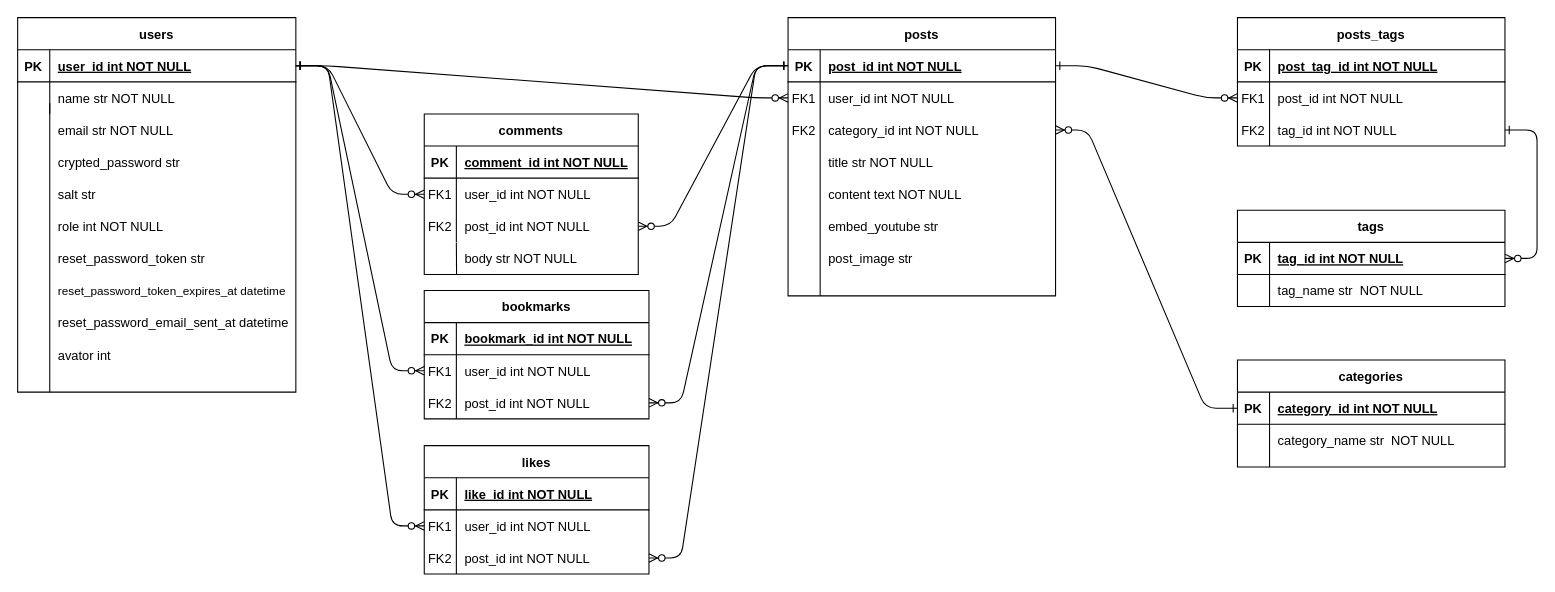
Toshiki003/Dressing-for-2-years-old-child keeps this draw.io diagram as 名称未設定ファイル.drawio. Above is the earlier version. Source tidied: cells renumbered, new cells numbered last; positions are measured from the earlier drawing's top-left corner, leaving out a move shared by most shapes. Both pictures are drawn from the tidied source at 107%, with x=0, y=0 at pixel (17, 17).
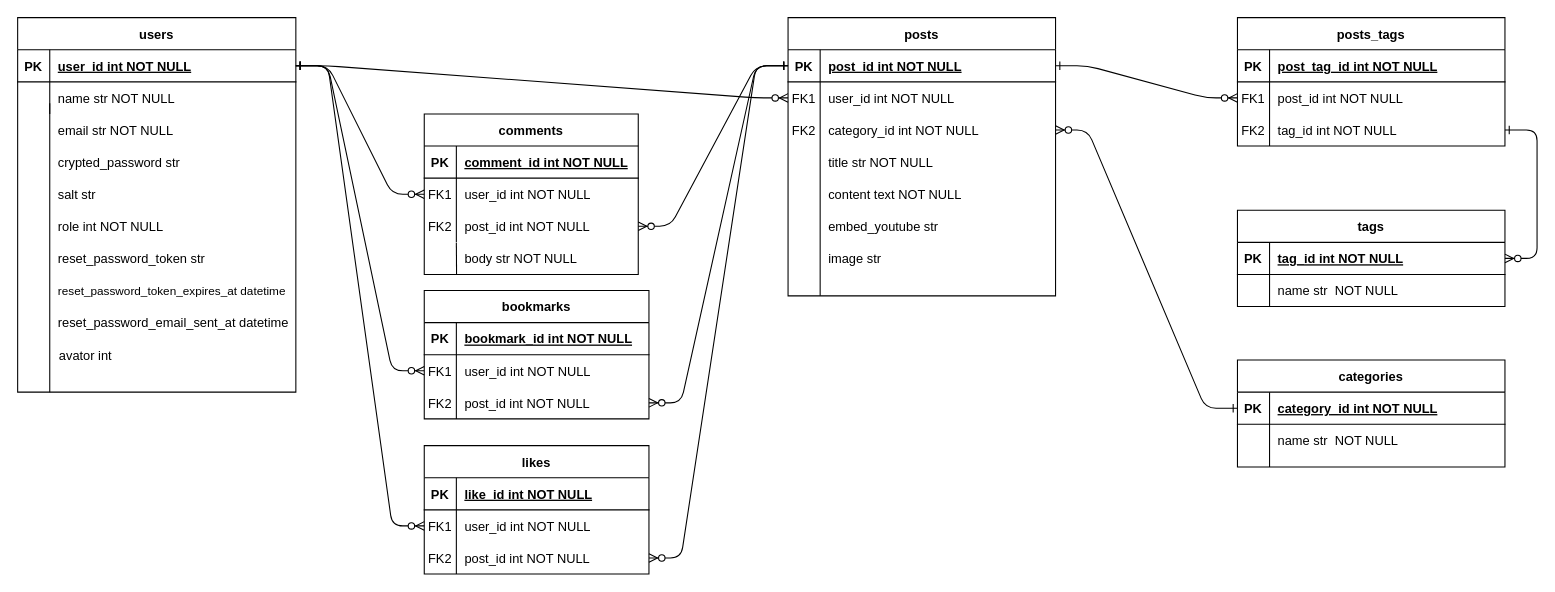
The same page after the edit.

Commit message:
名称未設定ファイル.drawio を更新します

Unchanged cells that the change refers to:
```xml
<mxCell id="66" style="shape=partialRectangle;fillColor=none;top=0;left=0;right=0;bottom=0;" parent="62" vertex="1">
  <mxGeometry y="60" width="250" height="30" as="geometry" />
</mxCell>
<mxCell id="98" style="shape=partialRectangle;fillColor=none;top=0;left=0;right=0;bottom=0;" parent="1" vertex="1">
  <mxGeometry x="1140" y="380" width="250" height="30" as="geometry" />
</mxCell>
```

Diff of the diagram source:
```diff
@@
     <mxCell id="45" value="avator int" style="shape=partialRectangle;overflow=hidden;fillColor=none;top=0;left=0;bottom=0;right=0;align=left;spacingLeft=6;" parent="1" vertex="1">
-      <mxGeometry x="30" y="300" width="220" height="30" as="geometry" />
+      <mxGeometry x="31" y="300" width="220" height="30" as="geometry" />
     </mxCell>
@@
-    <mxCell id="68" value="tag_name str  NOT NULL" style="shape=partialRectangle;overflow=hidden;fillColor=none;top=0;left=0;bottom=0;right=0;align=left;spacingLeft=6;" parent="66" vertex="1">
+    <mxCell id="68" value="name str  NOT NULL" style="shape=partialRectangle;overflow=hidden;fillColor=none;top=0;left=0;bottom=0;right=0;align=left;spacingLeft=6;" parent="66" vertex="1">
       <mxGeometry x="30" width="220" height="30" as="geometry" />
     </mxCell>
@@
-    <mxCell id="100" value="category_name str  NOT NULL" style="shape=partialRectangle;overflow=hidden;fillColor=none;top=0;left=0;bottom=0;right=0;align=left;spacingLeft=6;" parent="98" vertex="1">
+    <mxCell id="100" value="name str  NOT NULL" style="shape=partialRectangle;overflow=hidden;fillColor=none;top=0;left=0;bottom=0;right=0;align=left;spacingLeft=6;" parent="98" vertex="1">
       <mxGeometry x="30" width="220" height="30" as="geometry" />
     </mxCell>
@@
-    <mxCell id="117" value="post_image str" style="shape=partialRectangle;overflow=hidden;fillColor=none;top=0;left=0;bottom=0;right=0;align=left;spacingLeft=6;" parent="1" vertex="1">
+    <mxCell id="117" value="image str" style="shape=partialRectangle;overflow=hidden;fillColor=none;top=0;left=0;bottom=0;right=0;align=left;spacingLeft=6;" parent="1" vertex="1">
       <mxGeometry x="750" y="210" width="220" height="30" as="geometry" />
     </mxCell>
```
